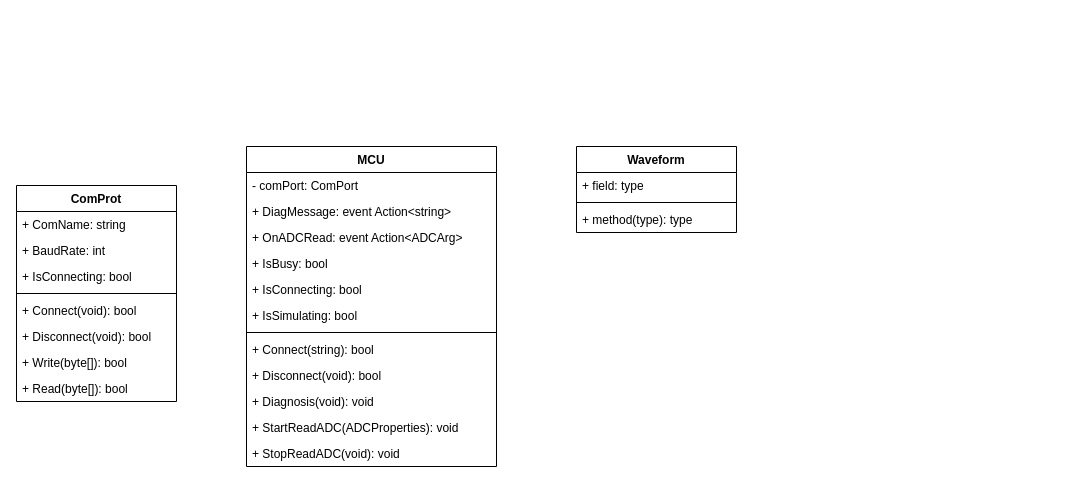
Before: page "UML Class Diagram" (5 of 5) of ADC Monitor.drawio in Jasson-Chou/SideProject, a draw.io diagram. Source tidied: cells renumbered, new cells numbered last; positions are measured from the earlier drawing's top-left corner, leaving out a move shared by most shapes. Both pictures are drawn from the tidied source at 100%, with x=0, y=0 at pixel (16, 146).
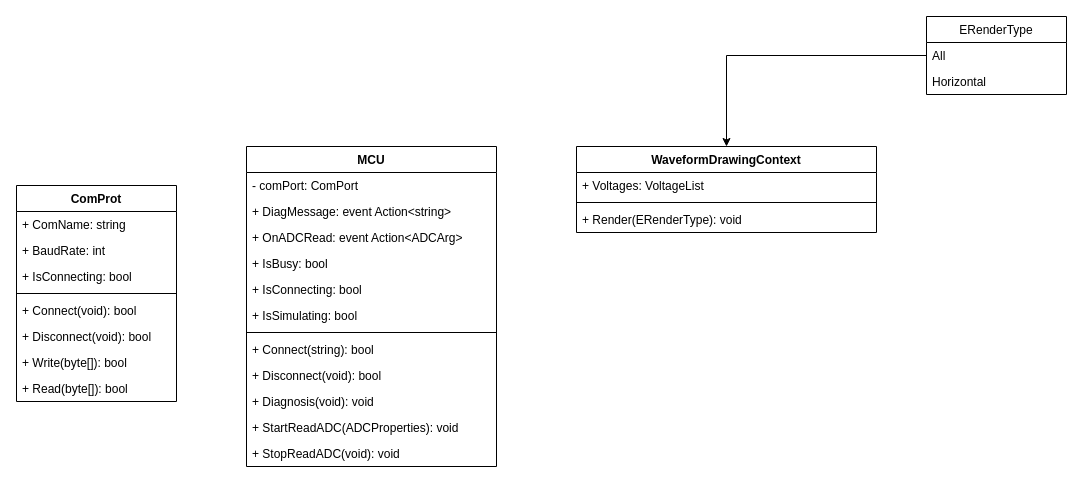
Above is the later version.

Diff of the diagram source:
```diff
@@
-    <mxCell id="24" value="Waveform" style="swimlane;fontStyle=1;align=center;verticalAlign=top;horizontal=1;startSize=26;" parent="1" vertex="1">
-      <mxGeometry x="560" width="160" height="86" as="geometry" />
+    <mxCell id="24" value="WaveformDrawingContext" style="swimlane;fontStyle=1;align=center;verticalAlign=top;horizontal=1;startSize=26;" parent="1" vertex="1">
+      <mxGeometry x="560" width="300" height="86" as="geometry" />
     </mxCell>
-    <mxCell id="25" value="+ field: type" style="text;strokeColor=none;fillColor=none;align=left;verticalAlign=top;spacingLeft=4;spacingRight=4;overflow=hidden;" parent="24" vertex="1">
-      <mxGeometry y="26" width="160" height="26" as="geometry" />
+    <mxCell id="25" value="+ Voltages: VoltageList" style="text;strokeColor=none;fillColor=none;align=left;verticalAlign=top;spacingLeft=4;spacingRight=4;overflow=hidden;" parent="24" vertex="1">
+      <mxGeometry y="26" width="300" height="26" as="geometry" />
     </mxCell>
     <mxCell id="26" style="line;strokeWidth=1;fillColor=none;align=left;verticalAlign=middle;spacingTop=-1;spacingLeft=3;spacingRight=3;labelPosition=right;" parent="24" vertex="1">
-      <mxGeometry y="52" width="160" height="8" as="geometry" />
+      <mxGeometry y="52" width="300" height="8" as="geometry" />
     </mxCell>
-    <mxCell id="27" value="+ method(type): type" style="text;strokeColor=none;fillColor=none;align=left;verticalAlign=top;spacingLeft=4;spacingRight=4;overflow=hidden;" parent="24" vertex="1">
-      <mxGeometry y="60" width="160" height="26" as="geometry" />
+    <mxCell id="27" value="+ Render(ERenderType): void" style="text;strokeColor=none;fillColor=none;align=left;verticalAlign=top;spacingLeft=4;spacingRight=4;overflow=hidden;" parent="24" vertex="1">
+      <mxGeometry y="60" width="300" height="26" as="geometry" />
     </mxCell>
+    <mxCell id="28" style="edgeStyle=orthogonalEdgeStyle;rounded=0;jettySize=auto;html=1;entryX=0.5;entryY=0;entryDx=0;entryDy=0;" parent="1" edge="1" source="29" target="24">
+      <mxGeometry relative="1" as="geometry" />
+    </mxCell>
+    <mxCell id="29" value="ERenderType" style="swimlane;fontStyle=0;horizontal=1;startSize=26;fillColor=none;" parent="1" vertex="1">
+      <mxGeometry x="910" y="-130" width="140" height="78" as="geometry" />
+    </mxCell>
+    <mxCell id="30" value="All" style="text;strokeColor=none;fillColor=none;align=left;verticalAlign=top;spacingLeft=4;spacingRight=4;overflow=hidden;" parent="29" vertex="1">
+      <mxGeometry y="26" width="140" height="26" as="geometry" />
+    </mxCell>
+    <mxCell id="31" value="Horizontal" style="text;strokeColor=none;fillColor=none;align=left;verticalAlign=top;spacingLeft=4;spacingRight=4;overflow=hidden;" parent="29" vertex="1">
+      <mxGeometry y="52" width="140" height="26" as="geometry" />
+    </mxCell>
```
